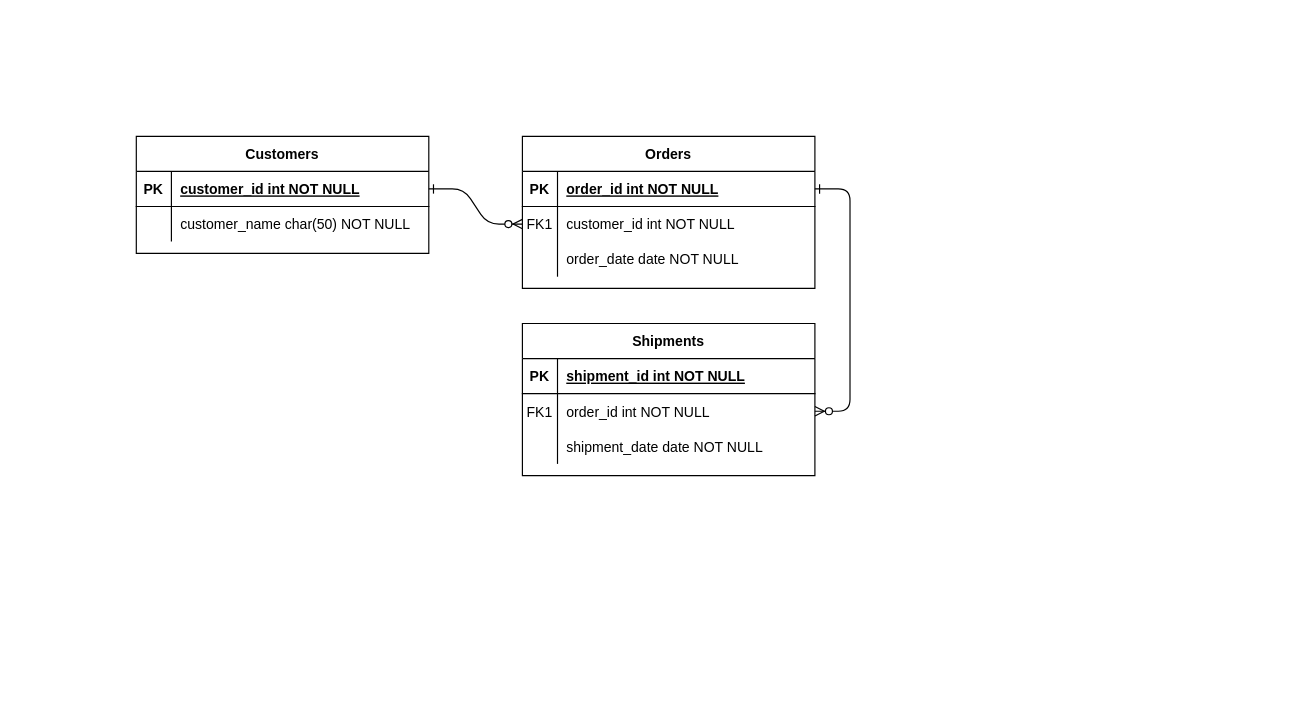
Before: Untitled Diagram.drawio in jkadman/SQL_diagrams, a draw.io diagram. Source tidied: cells renumbered, new cells numbered last; positions are measured from the earlier drawing's top-left corner, leaving out a move shared by most shapes. Both pictures are drawn from the tidied source at 117%, with x=0, y=0 at pixel (136, 136).
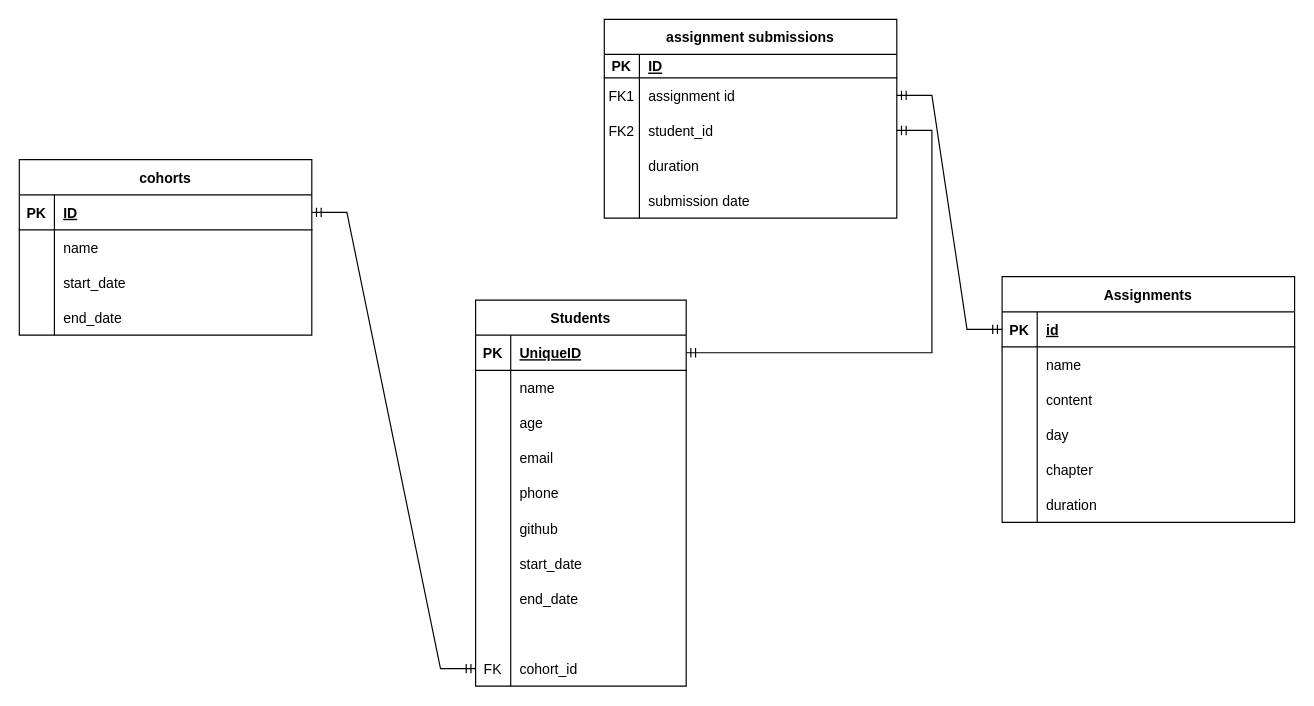
The same page after the edit.

Unchanged cells that the change refers to:
```xml
<mxCell id="5" style="shape=partialRectangle;fillColor=none;points=[[0,0.5],[1,0.5]];portConstraint=eastwest;top=0;left=0;right=0;bottom=1;" parent="4" vertex="1">
  <mxGeometry y="30" width="250" height="30" as="geometry" />
</mxCell>
<mxCell id="8" style="shape=partialRectangle;fillColor=none;points=[[0,0.5],[1,0.5]];portConstraint=eastwest;top=0;left=0;right=0;bottom=0;" parent="4" vertex="1">
  <mxGeometry y="60" width="250" height="30" as="geometry" />
</mxCell>
<mxCell id="11" style="shape=partialRectangle;fillColor=none;top=0;left=0;right=0;bottom=0;" parent="4" vertex="1">
  <mxGeometry y="90" width="250" height="30" as="geometry" />
</mxCell>
<mxCell id="25" style="shape=partialRectangle;fillColor=none;points=[[0,0.5],[1,0.5]];portConstraint=eastwest;top=0;left=0;right=0;bottom=1;" parent="24" vertex="1">
  <mxGeometry y="30" width="250" height="30" as="geometry" />
</mxCell>
<mxCell id="28" style="shape=partialRectangle;fillColor=none;top=0;left=0;right=0;bottom=0;" parent="24" vertex="1">
  <mxGeometry y="60" width="250" height="30" as="geometry" />
</mxCell>
```

The edit, as a diff of the source:
```diff
@@
-    <mxCell id="2" style="edgeStyle=entityRelationEdgeStyle;endArrow=ERzeroToMany;startArrow=ERone;endFill=1;startFill=0;" parent="1" edge="1" source="25" target="8">
-      <mxGeometry relative="1" as="geometry" />
-    </mxCell>
-    <mxCell id="3" style="edgeStyle=entityRelationEdgeStyle;endArrow=ERzeroToMany;startArrow=ERone;endFill=1;startFill=0;" parent="1" edge="1" source="5" target="18">
-      <mxGeometry relative="1" as="geometry" />
-    </mxCell>
-    <mxCell id="4" value="Orders" style="shape=table;startSize=30;childLayout=tableLayout;rowLines=0;fontStyle=1;align=center;" parent="1" vertex="1">
-      <mxGeometry x="330" width="250" height="130" as="geometry" />
+    <mxCell id="4" value="Assignments" style="shape=table;startSize=30;childLayout=tableLayout;rowLines=0;fontStyle=1;align=center;" parent="1" vertex="1">
+      <mxGeometry x="740" y="120" width="250" height="210" as="geometry" />
     </mxCell>
@@
-    <mxCell id="7" value="order_id int NOT NULL " style="shape=partialRectangle;overflow=hidden;fillColor=none;top=0;left=0;bottom=0;right=0;align=left;spacingLeft=6;fontStyle=5;" parent="5" vertex="1">
+    <mxCell id="7" value="id" style="shape=partialRectangle;overflow=hidden;fillColor=none;top=0;left=0;bottom=0;right=0;align=left;spacingLeft=6;fontStyle=5;" parent="5" vertex="1">
       <mxGeometry x="30" width="220" height="30" as="geometry" />
     </mxCell>
@@
-    <mxCell id="9" value="FK1" style="shape=partialRectangle;overflow=hidden;fillColor=none;top=0;left=0;bottom=0;right=0;" parent="8" vertex="1">
+    <mxCell id="9" style="shape=partialRectangle;overflow=hidden;fillColor=none;top=0;left=0;bottom=0;right=0;" parent="8" vertex="1">
       <mxGeometry width="30" height="30" as="geometry" />
     </mxCell>
-    <mxCell id="10" value="customer_id int NOT NULL" style="shape=partialRectangle;overflow=hidden;fillColor=none;top=0;left=0;bottom=0;right=0;align=left;spacingLeft=6;" parent="8" vertex="1">
+    <mxCell id="10" value="name" style="shape=partialRectangle;overflow=hidden;fillColor=none;top=0;left=0;bottom=0;right=0;align=left;spacingLeft=6;" parent="8" vertex="1">
       <mxGeometry x="30" width="220" height="30" as="geometry" />
     </mxCell>
@@
-    <mxCell id="13" value="order_date date NOT NULL" style="shape=partialRectangle;overflow=hidden;fillColor=none;top=0;left=0;bottom=0;right=0;align=left;spacingLeft=6;" parent="11" vertex="1">
+    <mxCell id="13" value="content" style="shape=partialRectangle;overflow=hidden;fillColor=none;top=0;left=0;bottom=0;right=0;align=left;spacingLeft=6;" parent="11" vertex="1">
       <mxGeometry x="30" width="220" height="30" as="geometry" />
     </mxCell>
+    <mxCell id="31" style="shape=tableRow;horizontal=0;startSize=0;swimlaneHead=0;swimlaneBody=0;fillColor=none;top=0;left=0;right=0;bottom=0;" parent="4" vertex="1">
+      <mxGeometry y="120" width="250" height="30" as="geometry" />
+    </mxCell>
+    <mxCell id="32" style="shape=partialRectangle;fillColor=none;top=0;left=0;bottom=0;right=0;overflow=hidden;" parent="31" vertex="1">
+      <mxGeometry width="30" height="30" as="geometry" />
+    </mxCell>
+    <mxCell id="33" value="day" style="shape=partialRectangle;fillColor=none;top=0;left=0;bottom=0;right=0;align=left;spacingLeft=6;overflow=hidden;" parent="31" vertex="1">
+      <mxGeometry x="30" width="220" height="30" as="geometry" />
+    </mxCell>
+    <mxCell id="34" style="shape=tableRow;horizontal=0;startSize=0;swimlaneHead=0;swimlaneBody=0;fillColor=none;top=0;left=0;right=0;bottom=0;" parent="4" vertex="1">
+      <mxGeometry y="150" width="250" height="30" as="geometry" />
+    </mxCell>
+    <mxCell id="35" style="shape=partialRectangle;fillColor=none;top=0;left=0;bottom=0;right=0;overflow=hidden;" parent="34" vertex="1">
+      <mxGeometry width="30" height="30" as="geometry" />
+    </mxCell>
+    <mxCell id="36" value="chapter" style="shape=partialRectangle;fillColor=none;top=0;left=0;bottom=0;right=0;align=left;spacingLeft=6;overflow=hidden;" parent="34" vertex="1">
+      <mxGeometry x="30" width="220" height="30" as="geometry" />
+    </mxCell>
+    <mxCell id="37" style="shape=tableRow;horizontal=0;startSize=0;swimlaneHead=0;swimlaneBody=0;fillColor=none;top=0;left=0;right=0;bottom=0;" parent="4" vertex="1">
+      <mxGeometry y="180" width="250" height="30" as="geometry" />
+    </mxCell>
+    <mxCell id="38" style="shape=partialRectangle;fillColor=none;top=0;left=0;bottom=0;right=0;overflow=hidden;" parent="37" vertex="1">
+      <mxGeometry width="30" height="30" as="geometry" />
+    </mxCell>
+    <mxCell id="39" value="duration" style="shape=partialRectangle;fillColor=none;top=0;left=0;bottom=0;right=0;align=left;spacingLeft=6;overflow=hidden;" parent="37" vertex="1">
+      <mxGeometry x="30" width="220" height="30" as="geometry" />
+    </mxCell>
-    <mxCell id="14" value="Shipments" style="shape=table;startSize=30;childLayout=tableLayout;rowLines=0;fontStyle=1;align=center;" parent="1" vertex="1">
-      <mxGeometry x="330" y="160" width="250" height="130" as="geometry" />
+    <mxCell id="14" value="assignment submissions" style="shape=table;startSize=30;childLayout=tableLayout;rowLines=0;fontStyle=1;align=center;" parent="1" vertex="1">
+      <mxGeometry x="400" y="-100" width="250" height="170" as="geometry" />
     </mxCell>
     <mxCell id="15" style="shape=partialRectangle;fillColor=none;top=0;left=0;right=0;bottom=1;" parent="14" vertex="1">
-      <mxGeometry y="30" width="250" height="30" as="geometry" />
+      <mxGeometry y="30" width="250" height="20" as="geometry" />
     </mxCell>
     <mxCell id="16" value="PK" style="shape=partialRectangle;overflow=hidden;fillColor=none;top=0;left=0;bottom=0;right=0;fontStyle=1;" parent="15" vertex="1">
-      <mxGeometry width="30" height="30" as="geometry" />
+      <mxGeometry width="30" height="20" as="geometry" />
     </mxCell>
-    <mxCell id="17" value="shipment_id int NOT NULL " style="shape=partialRectangle;overflow=hidden;fillColor=none;top=0;left=0;bottom=0;right=0;align=left;spacingLeft=6;fontStyle=5;" parent="15" vertex="1">
-      <mxGeometry x="30" width="220" height="30" as="geometry" />
+    <mxCell id="17" value="ID" style="shape=partialRectangle;overflow=hidden;fillColor=none;top=0;left=0;bottom=0;right=0;align=left;spacingLeft=6;fontStyle=5;" parent="15" vertex="1">
+      <mxGeometry x="30" width="220" height="20" as="geometry" />
     </mxCell>
     <mxCell id="18" style="shape=partialRectangle;fillColor=none;points=[[0,0.5],[1,0.5]];portConstraint=eastwest;top=0;left=0;right=0;bottom=0;" parent="14" vertex="1">
-      <mxGeometry y="60" width="250" height="30" as="geometry" />
+      <mxGeometry y="50" width="250" height="30" as="geometry" />
     </mxCell>
@@
-    <mxCell id="20" value="order_id int NOT NULL" style="shape=partialRectangle;overflow=hidden;fillColor=none;top=0;left=0;bottom=0;right=0;align=left;spacingLeft=6;" parent="18" vertex="1">
+    <mxCell id="20" value="assignment id" style="shape=partialRectangle;overflow=hidden;fillColor=none;top=0;left=0;bottom=0;right=0;align=left;spacingLeft=6;" parent="18" vertex="1">
       <mxGeometry x="30" width="220" height="30" as="geometry" />
     </mxCell>
     <mxCell id="21" style="shape=partialRectangle;fillColor=none;points=[[0,0.5],[1,0.5]];portConstraint=eastwest;top=0;left=0;right=0;bottom=0;" parent="14" vertex="1">
-      <mxGeometry y="90" width="250" height="30" as="geometry" />
+      <mxGeometry y="80" width="250" height="30" as="geometry" />
     </mxCell>
-    <mxCell id="22" style="shape=partialRectangle;overflow=hidden;fillColor=none;top=0;left=0;bottom=0;right=0;" parent="21" vertex="1">
+    <mxCell id="22" value="FK2" style="shape=partialRectangle;overflow=hidden;fillColor=none;top=0;left=0;bottom=0;right=0;" parent="21" vertex="1">
       <mxGeometry width="30" height="30" as="geometry" />
     </mxCell>
-    <mxCell id="23" value="shipment_date date NOT NULL" style="shape=partialRectangle;overflow=hidden;fillColor=none;top=0;left=0;bottom=0;right=0;align=left;spacingLeft=6;" parent="21" vertex="1">
+    <mxCell id="23" value="student_id" style="shape=partialRectangle;overflow=hidden;fillColor=none;top=0;left=0;bottom=0;right=0;align=left;spacingLeft=6;" parent="21" vertex="1">
       <mxGeometry x="30" width="220" height="30" as="geometry" />
     </mxCell>
+    <mxCell id="40" style="shape=tableRow;horizontal=0;startSize=0;swimlaneHead=0;swimlaneBody=0;fillColor=none;top=0;left=0;right=0;bottom=0;" parent="14" vertex="1">
+      <mxGeometry y="110" width="250" height="30" as="geometry" />
+    </mxCell>
+    <mxCell id="41" style="shape=partialRectangle;fillColor=none;top=0;left=0;bottom=0;right=0;overflow=hidden;" parent="40" vertex="1">
+      <mxGeometry width="30" height="30" as="geometry" />
+    </mxCell>
+    <mxCell id="42" value="duration" style="shape=partialRectangle;fillColor=none;top=0;left=0;bottom=0;right=0;align=left;spacingLeft=6;overflow=hidden;" parent="40" vertex="1">
+      <mxGeometry x="30" width="220" height="30" as="geometry" />
+    </mxCell>
+    <mxCell id="43" style="shape=tableRow;horizontal=0;startSize=0;swimlaneHead=0;swimlaneBody=0;fillColor=none;top=0;left=0;right=0;bottom=0;" parent="14" vertex="1">
+      <mxGeometry y="140" width="250" height="30" as="geometry" />
+    </mxCell>
+    <mxCell id="44" style="shape=partialRectangle;fillColor=none;top=0;left=0;bottom=0;right=0;overflow=hidden;" parent="43" vertex="1">
+      <mxGeometry width="30" height="30" as="geometry" />
+    </mxCell>
+    <mxCell id="45" value="submission date" style="shape=partialRectangle;fillColor=none;top=0;left=0;bottom=0;right=0;align=left;spacingLeft=6;overflow=hidden;" parent="43" vertex="1">
+      <mxGeometry x="30" width="220" height="30" as="geometry" />
+    </mxCell>
-    <mxCell id="24" value="Customers" style="shape=table;startSize=30;childLayout=tableLayout;rowLines=0;fontStyle=1;align=center;" parent="1" vertex="1">
-      <mxGeometry width="250" height="100" as="geometry" />
+    <mxCell id="24" value="cohorts" style="shape=table;startSize=30;childLayout=tableLayout;rowLines=0;fontStyle=1;align=center;" parent="1" vertex="1">
+      <mxGeometry x="-100" y="20" width="250" height="150" as="geometry" />
     </mxCell>
@@
-    <mxCell id="27" value="customer_id int NOT NULL " style="shape=partialRectangle;overflow=hidden;fillColor=none;top=0;left=0;bottom=0;right=0;align=left;spacingLeft=6;fontStyle=5;" parent="25" vertex="1">
+    <mxCell id="27" value="ID" style="shape=partialRectangle;overflow=hidden;fillColor=none;top=0;left=0;bottom=0;right=0;align=left;spacingLeft=6;fontStyle=5;" parent="25" vertex="1">
       <mxGeometry x="30" width="220" height="30" as="geometry" />
     </mxCell>
@@
-    <mxCell id="30" value="customer_name char(50) NOT NULL" style="shape=partialRectangle;overflow=hidden;fillColor=none;top=0;left=0;bottom=0;right=0;align=left;spacingLeft=6;" parent="28" vertex="1">
+    <mxCell id="30" value="name" style="shape=partialRectangle;overflow=hidden;fillColor=none;top=0;left=0;bottom=0;right=0;align=left;spacingLeft=6;" parent="28" vertex="1">
       <mxGeometry x="30" width="220" height="30" as="geometry" />
     </mxCell>
+    <mxCell id="46" style="shape=tableRow;horizontal=0;startSize=0;swimlaneHead=0;swimlaneBody=0;fillColor=none;top=0;left=0;right=0;bottom=0;" parent="24" vertex="1">
+      <mxGeometry y="90" width="250" height="30" as="geometry" />
+    </mxCell>
+    <mxCell id="47" style="shape=partialRectangle;fillColor=none;top=0;left=0;bottom=0;right=0;overflow=hidden;" parent="46" vertex="1">
+      <mxGeometry width="30" height="30" as="geometry" />
+    </mxCell>
+    <mxCell id="48" value="start_date" style="shape=partialRectangle;fillColor=none;top=0;left=0;bottom=0;right=0;align=left;spacingLeft=6;overflow=hidden;" parent="46" vertex="1">
+      <mxGeometry x="30" width="220" height="30" as="geometry" />
+    </mxCell>
+    <mxCell id="49" style="shape=tableRow;horizontal=0;startSize=0;swimlaneHead=0;swimlaneBody=0;fillColor=none;top=0;left=0;right=0;bottom=0;" parent="24" vertex="1">
+      <mxGeometry y="120" width="250" height="30" as="geometry" />
+    </mxCell>
+    <mxCell id="50" style="shape=partialRectangle;fillColor=none;top=0;left=0;bottom=0;right=0;overflow=hidden;" parent="49" vertex="1">
+      <mxGeometry width="30" height="30" as="geometry" />
+    </mxCell>
+    <mxCell id="51" value="end_date" style="shape=partialRectangle;fillColor=none;top=0;left=0;bottom=0;right=0;align=left;spacingLeft=6;overflow=hidden;" parent="49" vertex="1">
+      <mxGeometry x="30" width="220" height="30" as="geometry" />
+    </mxCell>
+    <mxCell id="52" value="Students" style="shape=table;startSize=30;childLayout=tableLayout;rowLines=0;fontStyle=1;align=center;" parent="1" vertex="1">
+      <mxGeometry x="290" y="140" width="180" height="330" as="geometry" />
+    </mxCell>
+    <mxCell id="53" style="shape=tableRow;horizontal=0;startSize=0;swimlaneHead=0;swimlaneBody=0;fillColor=none;points=[[0,0.5],[1,0.5]];portConstraint=eastwest;top=0;left=0;right=0;bottom=1;" parent="52" vertex="1">
+      <mxGeometry y="30" width="180" height="30" as="geometry" />
+    </mxCell>
+    <mxCell id="54" value="PK" style="shape=partialRectangle;fillColor=none;top=0;left=0;bottom=0;right=0;fontStyle=1;overflow=hidden;" parent="53" vertex="1">
+      <mxGeometry width="30" height="30" as="geometry" />
+    </mxCell>
+    <mxCell id="55" value="UniqueID" style="shape=partialRectangle;fillColor=none;top=0;left=0;bottom=0;right=0;align=left;spacingLeft=6;fontStyle=5;overflow=hidden;" parent="53" vertex="1">
+      <mxGeometry x="30" width="150" height="30" as="geometry" />
+    </mxCell>
+    <mxCell id="56" style="shape=tableRow;horizontal=0;startSize=0;swimlaneHead=0;swimlaneBody=0;fillColor=none;top=0;left=0;right=0;bottom=0;" parent="52" vertex="1">
+      <mxGeometry y="60" width="180" height="30" as="geometry" />
+    </mxCell>
+    <mxCell id="57" style="shape=partialRectangle;fillColor=none;top=0;left=0;bottom=0;right=0;overflow=hidden;" parent="56" vertex="1">
+      <mxGeometry width="30" height="30" as="geometry" />
+    </mxCell>
+    <mxCell id="58" value="name" style="shape=partialRectangle;fillColor=none;top=0;left=0;bottom=0;right=0;align=left;spacingLeft=6;overflow=hidden;" parent="56" vertex="1">
+      <mxGeometry x="30" width="150" height="30" as="geometry" />
+    </mxCell>
+    <mxCell id="59" style="shape=tableRow;horizontal=0;startSize=0;swimlaneHead=0;swimlaneBody=0;fillColor=none;top=0;left=0;right=0;bottom=0;" parent="52" vertex="1">
+      <mxGeometry y="90" width="180" height="30" as="geometry" />
+    </mxCell>
+    <mxCell id="60" style="shape=partialRectangle;fillColor=none;top=0;left=0;bottom=0;right=0;overflow=hidden;" parent="59" vertex="1">
+      <mxGeometry width="30" height="30" as="geometry" />
+    </mxCell>
+    <mxCell id="61" value="age" style="shape=partialRectangle;fillColor=none;top=0;left=0;bottom=0;right=0;align=left;spacingLeft=6;overflow=hidden;" parent="59" vertex="1">
+      <mxGeometry x="30" width="150" height="30" as="geometry" />
+    </mxCell>
+    <mxCell id="62" style="shape=tableRow;horizontal=0;startSize=0;swimlaneHead=0;swimlaneBody=0;fillColor=none;top=0;left=0;right=0;bottom=0;" parent="52" vertex="1">
+      <mxGeometry y="120" width="180" height="30" as="geometry" />
+    </mxCell>
+    <mxCell id="63" style="shape=partialRectangle;fillColor=none;top=0;left=0;bottom=0;right=0;overflow=hidden;" parent="62" vertex="1">
+      <mxGeometry width="30" height="30" as="geometry" />
+    </mxCell>
+    <mxCell id="64" value="email" style="shape=partialRectangle;fillColor=none;top=0;left=0;bottom=0;right=0;align=left;spacingLeft=6;overflow=hidden;" parent="62" vertex="1">
+      <mxGeometry x="30" width="150" height="30" as="geometry" />
+    </mxCell>
+    <mxCell id="65" style="shape=tableRow;horizontal=0;startSize=0;swimlaneHead=0;swimlaneBody=0;fillColor=none;top=0;left=0;right=0;bottom=0;" parent="52" vertex="1">
+      <mxGeometry y="150" width="180" height="30" as="geometry" />
+    </mxCell>
+    <mxCell id="66" style="shape=partialRectangle;fillColor=none;top=0;left=0;bottom=0;right=0;overflow=hidden;" parent="65" vertex="1">
+      <mxGeometry width="30" height="30" as="geometry" />
+    </mxCell>
+    <mxCell id="67" value="phone" style="shape=partialRectangle;fillColor=none;top=0;left=0;bottom=0;right=0;align=left;spacingLeft=6;overflow=hidden;" parent="65" vertex="1">
+      <mxGeometry x="30" width="150" height="30" as="geometry" />
+    </mxCell>
+    <mxCell id="68" style="shape=tableRow;horizontal=0;startSize=0;swimlaneHead=0;swimlaneBody=0;fillColor=none;top=0;left=0;right=0;bottom=0;" parent="52" vertex="1">
+      <mxGeometry y="180" width="180" height="30" as="geometry" />
+    </mxCell>
+    <mxCell id="69" style="shape=partialRectangle;fillColor=none;top=0;left=0;bottom=0;right=0;overflow=hidden;" parent="68" vertex="1">
+      <mxGeometry width="30" height="30" as="geometry" />
+    </mxCell>
+    <mxCell id="70" value="github" style="shape=partialRectangle;fillColor=none;top=0;left=0;bottom=0;right=0;align=left;spacingLeft=6;overflow=hidden;" parent="68" vertex="1">
+      <mxGeometry x="30" width="150" height="30" as="geometry" />
+    </mxCell>
+    <mxCell id="71" style="shape=tableRow;horizontal=0;startSize=0;swimlaneHead=0;swimlaneBody=0;fillColor=none;top=0;left=0;right=0;bottom=0;" parent="52" vertex="1">
+      <mxGeometry y="210" width="180" height="30" as="geometry" />
+    </mxCell>
+    <mxCell id="72" style="shape=partialRectangle;fillColor=none;top=0;left=0;bottom=0;right=0;overflow=hidden;" parent="71" vertex="1">
+      <mxGeometry width="30" height="30" as="geometry" />
+    </mxCell>
+    <mxCell id="73" value="start_date" style="shape=partialRectangle;fillColor=none;top=0;left=0;bottom=0;right=0;align=left;spacingLeft=6;overflow=hidden;" parent="71" vertex="1">
+      <mxGeometry x="30" width="150" height="30" as="geometry" />
+    </mxCell>
+    <mxCell id="74" style="shape=tableRow;horizontal=0;startSize=0;swimlaneHead=0;swimlaneBody=0;fillColor=none;top=0;left=0;right=0;bottom=0;" parent="52" vertex="1">
+      <mxGeometry y="240" width="180" height="30" as="geometry" />
+    </mxCell>
+    <mxCell id="75" style="shape=partialRectangle;fillColor=none;top=0;left=0;bottom=0;right=0;overflow=hidden;" parent="74" vertex="1">
+      <mxGeometry width="30" height="30" as="geometry" />
+    </mxCell>
+    <mxCell id="76" value="end_date" style="shape=partialRectangle;fillColor=none;top=0;left=0;bottom=0;right=0;align=left;spacingLeft=6;overflow=hidden;" parent="74" vertex="1">
+      <mxGeometry x="30" width="150" height="30" as="geometry" />
+    </mxCell>
+    <mxCell id="77" style="shape=tableRow;horizontal=0;startSize=0;swimlaneHead=0;swimlaneBody=0;fillColor=none;top=0;left=0;right=0;bottom=0;" parent="52" vertex="1">
+      <mxGeometry y="270" width="180" height="30" as="geometry" />
+    </mxCell>
+    <mxCell id="78" style="shape=partialRectangle;fillColor=none;top=0;left=0;bottom=0;right=0;overflow=hidden;" parent="77" vertex="1">
+      <mxGeometry width="30" height="30" as="geometry" />
+    </mxCell>
+    <mxCell id="79" style="shape=partialRectangle;fillColor=none;top=0;left=0;bottom=0;right=0;align=left;spacingLeft=6;overflow=hidden;" parent="77" vertex="1">
+      <mxGeometry x="30" width="150" height="30" as="geometry" />
+    </mxCell>
+    <mxCell id="80" style="shape=tableRow;horizontal=0;startSize=0;swimlaneHead=0;swimlaneBody=0;fillColor=none;points=[[0,0.5],[1,0.5]];portConstraint=eastwest;top=0;left=0;right=0;bottom=0;" parent="52" vertex="1">
+      <mxGeometry y="300" width="180" height="30" as="geometry" />
+    </mxCell>
+    <mxCell id="81" value="FK" style="shape=partialRectangle;fillColor=none;top=0;left=0;bottom=0;right=0;fontStyle=0;overflow=hidden;" parent="80" vertex="1">
+      <mxGeometry width="30" height="30" as="geometry" />
+    </mxCell>
+    <mxCell id="82" value="cohort_id" style="shape=partialRectangle;fillColor=none;top=0;left=0;bottom=0;right=0;align=left;spacingLeft=6;fontStyle=0;overflow=hidden;" parent="80" vertex="1">
+      <mxGeometry x="30" width="150" height="30" as="geometry" />
+    </mxCell>
+    <mxCell id="83" style="edgeStyle=entityRelationEdgeStyle;fontSize=12;html=1;endArrow=ERmandOne;startArrow=ERmandOne;rounded=0;exitX=1;exitY=0.5;exitDx=0;exitDy=0;entryX=0;entryY=0.5;entryDx=0;entryDy=0;" parent="1" edge="1" source="25" target="80">
+      <mxGeometry relative="1" as="geometry" />
+    </mxCell>
+    <mxCell id="84" style="edgeStyle=entityRelationEdgeStyle;fontSize=12;html=1;endArrow=ERmandOne;startArrow=ERmandOne;rounded=0;" parent="1" edge="1" source="21" target="53">
+      <mxGeometry relative="1" as="geometry" />
+    </mxCell>
+    <mxCell id="3" style="edgeStyle=entityRelationEdgeStyle;fontSize=12;html=1;endArrow=ERmandOne;startArrow=ERmandOne;rounded=0;" parent="1" edge="1" source="5" target="18">
+      <mxGeometry relative="1" as="geometry" />
+    </mxCell>
```
